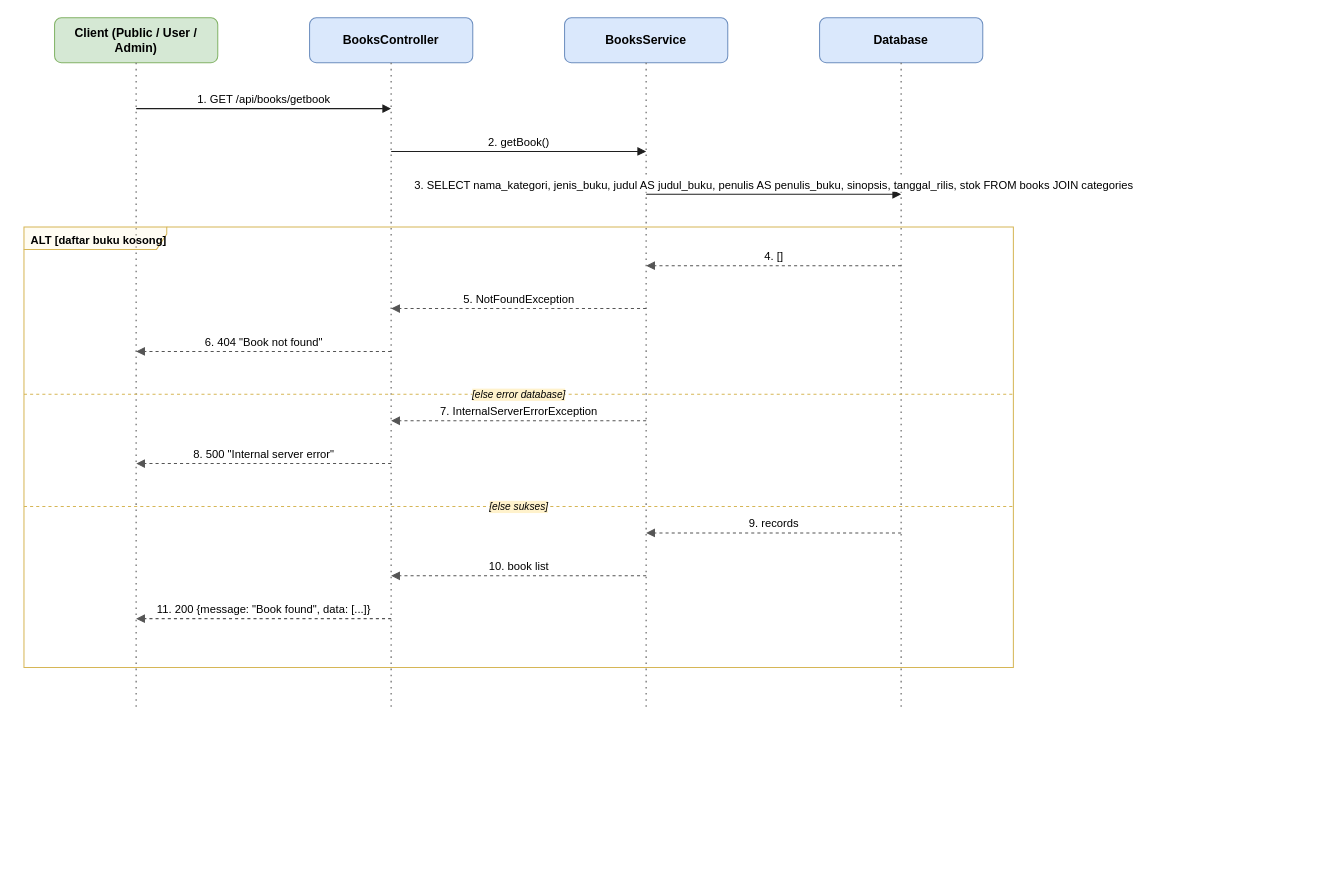
Before: docs/diagrams/sequence/sequence-getbook.drawio in dimstyle/ruang-baca, a draw.io diagram. Source tidied: cells renumbered, new cells numbered last; positions are measured from the earlier drawing's top-left corner, leaving out a move shared by most shapes. Both pictures are drawn from the tidied source at 102%, with x=0, y=0 at pixel (23, 17).
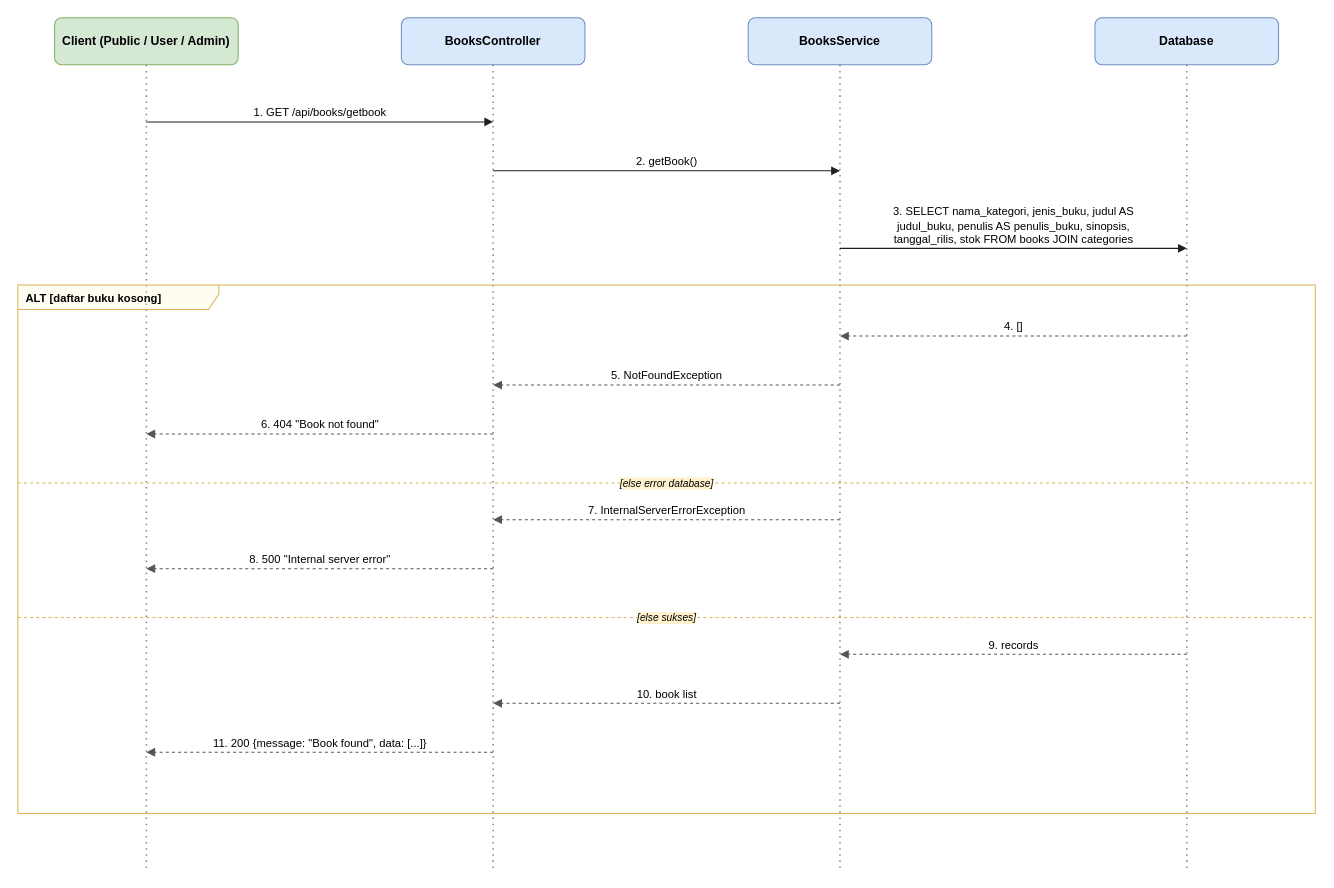
After the change.

What changed in the source:
```diff
@@
     <mxCell id="2" value="Client (Public / User / Admin)" style="rounded=1;whiteSpace=wrap;html=1;fillColor=#d5e8d4;strokeColor=#82b366;fontStyle=1;fontSize=12;" parent="1" vertex="1">
-      <mxGeometry x="30" width="160" height="44" as="geometry" />
+      <mxGeometry x="30" width="180" height="46" as="geometry" />
     </mxCell>
     <mxCell id="3" style="endArrow=none;dashed=1;html=1;dashPattern=1 3;strokeWidth=1.5;strokeColor=#888888;" parent="1" edge="1">
       <mxGeometry relative="1" as="geometry">
-        <mxPoint x="110" y="44" as="sourcePoint" />
-        <mxPoint x="110" y="677" as="targetPoint" />
+        <mxPoint x="120" y="46" as="sourcePoint" />
+        <mxPoint x="120" y="834" as="targetPoint" />
       </mxGeometry>
     </mxCell>
     <mxCell id="4" value="BooksController" style="rounded=1;whiteSpace=wrap;html=1;fillColor=#dae8fc;strokeColor=#6c8ebf;fontStyle=1;fontSize=12;" parent="1" vertex="1">
-      <mxGeometry x="280" width="160" height="44" as="geometry" />
+      <mxGeometry x="370" width="180" height="46" as="geometry" />
     </mxCell>
     <mxCell id="5" style="endArrow=none;dashed=1;html=1;dashPattern=1 3;strokeWidth=1.5;strokeColor=#888888;" parent="1" edge="1">
       <mxGeometry relative="1" as="geometry">
-        <mxPoint x="360" y="44" as="sourcePoint" />
-        <mxPoint x="360" y="677" as="targetPoint" />
+        <mxPoint x="460" y="46" as="sourcePoint" />
+        <mxPoint x="460" y="834" as="targetPoint" />
       </mxGeometry>
     </mxCell>
     <mxCell id="6" value="BooksService" style="rounded=1;whiteSpace=wrap;html=1;fillColor=#dae8fc;strokeColor=#6c8ebf;fontStyle=1;fontSize=12;" parent="1" vertex="1">
-      <mxGeometry x="530" width="160" height="44" as="geometry" />
+      <mxGeometry x="710" width="180" height="46" as="geometry" />
     </mxCell>
     <mxCell id="7" style="endArrow=none;dashed=1;html=1;dashPattern=1 3;strokeWidth=1.5;strokeColor=#888888;" parent="1" edge="1">
       <mxGeometry relative="1" as="geometry">
-        <mxPoint x="610" y="44" as="sourcePoint" />
-        <mxPoint x="610" y="677" as="targetPoint" />
+        <mxPoint x="800" y="46" as="sourcePoint" />
+        <mxPoint x="800" y="834" as="targetPoint" />
       </mxGeometry>
     </mxCell>
     <mxCell id="8" value="Database" style="rounded=1;whiteSpace=wrap;html=1;fillColor=#dae8fc;strokeColor=#6c8ebf;fontStyle=1;fontSize=12;" parent="1" vertex="1">
-      <mxGeometry x="780" width="160" height="44" as="geometry" />
+      <mxGeometry x="1050" width="180" height="46" as="geometry" />
     </mxCell>
     <mxCell id="9" style="endArrow=none;dashed=1;html=1;dashPattern=1 3;strokeWidth=1.5;strokeColor=#888888;" parent="1" edge="1">
       <mxGeometry relative="1" as="geometry">
-        <mxPoint x="860" y="44" as="sourcePoint" />
-        <mxPoint x="860" y="677" as="targetPoint" />
+        <mxPoint x="1140" y="46" as="sourcePoint" />
+        <mxPoint x="1140" y="834" as="targetPoint" />
       </mxGeometry>
     </mxCell>
-    <mxCell id="10" value="ALT [daftar buku kosong]" style="shape=umlFrame;whiteSpace=wrap;html=1;width=140;height=22;boundedLbl=1;verticalAlign=top;align=left;spacingLeft=5;fillColor=#fff2cc;strokeColor=#d6b656;fillOpacity=25;fontSize=11;fontStyle=1;" parent="1" vertex="1">
-      <mxGeometry y="205" width="970" height="432" as="geometry" />
+    <mxCell id="10" value="ALT [daftar buku kosong]" style="shape=umlFrame;whiteSpace=wrap;html=1;width=197;height=24;boundedLbl=1;verticalAlign=top;align=left;spacingLeft=6;fillColor=#fff2cc;strokeColor=#d6b656;fillOpacity=25;fontSize=11;fontStyle=1;" parent="1" vertex="1">
+      <mxGeometry x="-6" y="262" width="1272" height="518" as="geometry" />
     </mxCell>
     <mxCell id="11" value="[else error database]" style="endArrow=none;dashed=1;html=1;strokeColor=#d6b656;labelBackgroundColor=#fff2cc;fontSize=10;fontStyle=2;" parent="1" edge="1">
       <mxGeometry relative="1" as="geometry">
-        <mxPoint y="369" as="sourcePoint" />
-        <mxPoint x="970" y="369" as="targetPoint" />
+        <mxPoint x="-6" y="456" as="sourcePoint" />
+        <mxPoint x="1266" y="456" as="targetPoint" />
       </mxGeometry>
     </mxCell>
     <mxCell id="12" value="[else sukses]" style="endArrow=none;dashed=1;html=1;strokeColor=#d6b656;labelBackgroundColor=#fff2cc;fontSize=10;fontStyle=2;" parent="1" edge="1">
       <mxGeometry relative="1" as="geometry">
-        <mxPoint y="479" as="sourcePoint" />
-        <mxPoint x="970" y="479" as="targetPoint" />
+        <mxPoint x="-6" y="588" as="sourcePoint" />
+        <mxPoint x="1266" y="588" as="targetPoint" />
       </mxGeometry>
     </mxCell>
     <mxCell id="13" value="1. GET /api/books/getbook" style="html=1;verticalAlign=bottom;endArrow=block;endFill=1;strokeColor=#1F1F1F;fontSize=11;labelBackgroundColor=#ffffff;" parent="1" edge="1">
       <mxGeometry relative="1" as="geometry">
-        <mxPoint x="110" y="89" as="sourcePoint" />
-        <mxPoint x="360" y="89" as="targetPoint" />
+        <mxPoint x="120" y="102" as="sourcePoint" />
+        <mxPoint x="460" y="102" as="targetPoint" />
       </mxGeometry>
     </mxCell>
     <mxCell id="14" value="2. getBook()" style="html=1;verticalAlign=bottom;endArrow=block;endFill=1;strokeColor=#1F1F1F;fontSize=11;labelBackgroundColor=#ffffff;" parent="1" edge="1">
       <mxGeometry relative="1" as="geometry">
-        <mxPoint x="360" y="131" as="sourcePoint" />
-        <mxPoint x="610" y="131" as="targetPoint" />
+        <mxPoint x="460" y="150" as="sourcePoint" />
+        <mxPoint x="800" y="150" as="targetPoint" />
       </mxGeometry>
     </mxCell>
-    <mxCell id="15" value="3. SELECT nama_kategori, jenis_buku, judul AS judul_buku, penulis AS penulis_buku, sinopsis, tanggal_rilis, stok FROM books JOIN categories" style="html=1;verticalAlign=bottom;endArrow=block;endFill=1;strokeColor=#1F1F1F;fontSize=11;labelBackgroundColor=#ffffff;" parent="1" edge="1">
+    <mxCell id="15" value="3. SELECT nama_kategori, jenis_buku, judul AS&lt;br/&gt;judul_buku, penulis AS penulis_buku, sinopsis,&lt;br/&gt;tanggal_rilis, stok FROM books JOIN categories" style="html=1;verticalAlign=bottom;endArrow=block;endFill=1;strokeColor=#1F1F1F;fontSize=11;labelBackgroundColor=#ffffff;" parent="1" edge="1">
       <mxGeometry relative="1" as="geometry">
-        <mxPoint x="610" y="173" as="sourcePoint" />
-        <mxPoint x="860" y="173" as="targetPoint" />
+        <mxPoint x="800" y="226" as="sourcePoint" />
+        <mxPoint x="1140" y="226" as="targetPoint" />
       </mxGeometry>
     </mxCell>
     <mxCell id="16" value="4. []" style="html=1;verticalAlign=bottom;endArrow=block;endFill=1;dashed=1;strokeColor=#555555;fontSize=11;labelBackgroundColor=#ffffff;" parent="1" edge="1">
       <mxGeometry relative="1" as="geometry">
-        <mxPoint x="860" y="243" as="sourcePoint" />
-        <mxPoint x="610" y="243" as="targetPoint" />
+        <mxPoint x="1140" y="312" as="sourcePoint" />
+        <mxPoint x="800" y="312" as="targetPoint" />
       </mxGeometry>
     </mxCell>
     <mxCell id="17" value="5. NotFoundException" style="html=1;verticalAlign=bottom;endArrow=block;endFill=1;dashed=1;strokeColor=#555555;fontSize=11;labelBackgroundColor=#ffffff;" parent="1" edge="1">
       <mxGeometry relative="1" as="geometry">
-        <mxPoint x="610" y="285" as="sourcePoint" />
-        <mxPoint x="360" y="285" as="targetPoint" />
+        <mxPoint x="800" y="360" as="sourcePoint" />
+        <mxPoint x="460" y="360" as="targetPoint" />
       </mxGeometry>
     </mxCell>
     <mxCell id="18" value="6. 404 &quot;Book not found&quot;" style="html=1;verticalAlign=bottom;endArrow=block;endFill=1;dashed=1;strokeColor=#555555;fontSize=11;labelBackgroundColor=#ffffff;" parent="1" edge="1">
       <mxGeometry relative="1" as="geometry">
-        <mxPoint x="360" y="327" as="sourcePoint" />
-        <mxPoint x="110" y="327" as="targetPoint" />
+        <mxPoint x="460" y="408" as="sourcePoint" />
+        <mxPoint x="120" y="408" as="targetPoint" />
       </mxGeometry>
     </mxCell>
     <mxCell id="19" value="7. InternalServerErrorException" style="html=1;verticalAlign=bottom;endArrow=block;endFill=1;dashed=1;strokeColor=#555555;fontSize=11;labelBackgroundColor=#ffffff;" parent="1" edge="1">
       <mxGeometry relative="1" as="geometry">
-        <mxPoint x="610" y="395" as="sourcePoint" />
-        <mxPoint x="360" y="395" as="targetPoint" />
+        <mxPoint x="800" y="492" as="sourcePoint" />
+        <mxPoint x="460" y="492" as="targetPoint" />
       </mxGeometry>
     </mxCell>
     <mxCell id="20" value="8. 500 &quot;Internal server error&quot;" style="html=1;verticalAlign=bottom;endArrow=block;endFill=1;dashed=1;strokeColor=#555555;fontSize=11;labelBackgroundColor=#ffffff;" parent="1" edge="1">
       <mxGeometry relative="1" as="geometry">
-        <mxPoint x="360" y="437" as="sourcePoint" />
-        <mxPoint x="110" y="437" as="targetPoint" />
+        <mxPoint x="460" y="540" as="sourcePoint" />
+        <mxPoint x="120" y="540" as="targetPoint" />
       </mxGeometry>
     </mxCell>
     <mxCell id="21" value="9. records" style="html=1;verticalAlign=bottom;endArrow=block;endFill=1;dashed=1;strokeColor=#555555;fontSize=11;labelBackgroundColor=#ffffff;" parent="1" edge="1">
       <mxGeometry relative="1" as="geometry">
-        <mxPoint x="860" y="505" as="sourcePoint" />
-        <mxPoint x="610" y="505" as="targetPoint" />
+        <mxPoint x="1140" y="624" as="sourcePoint" />
+        <mxPoint x="800" y="624" as="targetPoint" />
       </mxGeometry>
     </mxCell>
     <mxCell id="22" value="10. book list" style="html=1;verticalAlign=bottom;endArrow=block;endFill=1;dashed=1;strokeColor=#555555;fontSize=11;labelBackgroundColor=#ffffff;" parent="1" edge="1">
       <mxGeometry relative="1" as="geometry">
-        <mxPoint x="610" y="547" as="sourcePoint" />
-        <mxPoint x="360" y="547" as="targetPoint" />
+        <mxPoint x="800" y="672" as="sourcePoint" />
+        <mxPoint x="460" y="672" as="targetPoint" />
       </mxGeometry>
     </mxCell>
     <mxCell id="23" value="11. 200 {message: &quot;Book found&quot;, data: [...]}" style="html=1;verticalAlign=bottom;endArrow=block;endFill=1;dashed=1;strokeColor=#555555;fontSize=11;labelBackgroundColor=#ffffff;" parent="1" edge="1">
       <mxGeometry relative="1" as="geometry">
-        <mxPoint x="360" y="589" as="sourcePoint" />
-        <mxPoint x="110" y="589" as="targetPoint" />
+        <mxPoint x="460" y="720" as="sourcePoint" />
+        <mxPoint x="120" y="720" as="targetPoint" />
       </mxGeometry>
     </mxCell>
```
